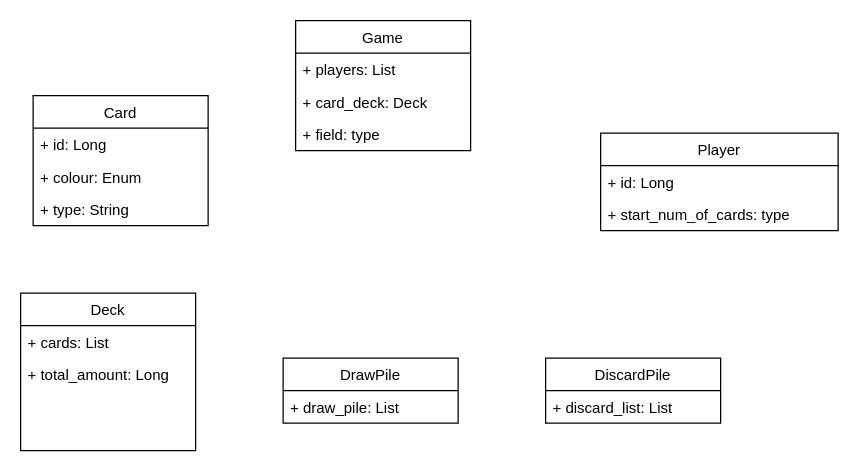
This is Untitled Diagram.drawio from RiFrost/mau-mau, a draw.io file, before an edit. Source tidied: cells renumbered, new cells numbered last; positions are measured from the earlier drawing's top-left corner, leaving out a move shared by most shapes. Both pictures are drawn from the tidied source at 125%, with x=0, y=0 at pixel (20, 20).
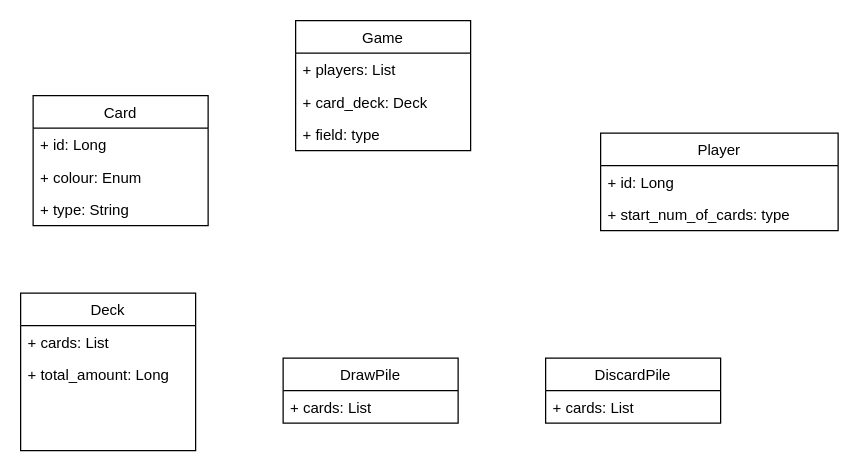
Above is the later version.

Diff of the diagram source:
```diff
@@
 <mxGraphModel>
   <root>
     <mxCell id="0" />
     <mxCell id="1" parent="0" />
     <mxCell id="2" value="Card" style="swimlane;fontStyle=0;horizontal=1;startSize=26;fillColor=none;" parent="1" vertex="1">
       <mxGeometry x="10" y="60" width="140" height="104" as="geometry" />
     </mxCell>
     <mxCell id="3" value="+ id: Long" style="text;strokeColor=none;fillColor=none;align=left;verticalAlign=top;spacingLeft=4;spacingRight=4;overflow=hidden;" parent="2" vertex="1">
       <mxGeometry y="26" width="140" height="26" as="geometry" />
     </mxCell>
     <mxCell id="4" value="+ colour: Enum" style="text;strokeColor=none;fillColor=none;align=left;verticalAlign=top;spacingLeft=4;spacingRight=4;overflow=hidden;" parent="2" vertex="1">
       <mxGeometry y="52" width="140" height="26" as="geometry" />
     </mxCell>
     <mxCell id="5" value="+ type: String" style="text;strokeColor=none;fillColor=none;align=left;verticalAlign=top;spacingLeft=4;spacingRight=4;overflow=hidden;" parent="2" vertex="1">
       <mxGeometry y="78" width="140" height="26" as="geometry" />
     </mxCell>
     <mxCell id="6" value="Player" style="swimlane;fontStyle=0;horizontal=1;startSize=26;fillColor=none;" parent="1" vertex="1">
       <mxGeometry x="464" y="90" width="190" height="78" as="geometry" />
     </mxCell>
     <mxCell id="7" value="+ id: Long" style="text;strokeColor=none;fillColor=none;align=left;verticalAlign=top;spacingLeft=4;spacingRight=4;overflow=hidden;" parent="6" vertex="1">
       <mxGeometry y="26" width="190" height="26" as="geometry" />
     </mxCell>
     <mxCell id="8" value="+ start_num_of_cards: type" style="text;strokeColor=none;fillColor=none;align=left;verticalAlign=top;spacingLeft=4;spacingRight=4;overflow=hidden;" parent="6" vertex="1">
       <mxGeometry y="52" width="190" height="26" as="geometry" />
     </mxCell>
     <mxCell id="9" value="Deck" style="swimlane;fontStyle=0;horizontal=1;startSize=26;fillColor=none;" parent="1" vertex="1">
       <mxGeometry y="218" width="140" height="126" as="geometry" />
     </mxCell>
     <mxCell id="10" value="+ cards: List" style="text;strokeColor=none;fillColor=none;align=left;verticalAlign=top;spacingLeft=4;spacingRight=4;overflow=hidden;" parent="9" vertex="1">
       <mxGeometry y="26" width="140" height="26" as="geometry" />
     </mxCell>
     <mxCell id="11" value="+ total_amount: Long" style="text;strokeColor=none;fillColor=none;align=left;verticalAlign=top;spacingLeft=4;spacingRight=4;overflow=hidden;" parent="9" vertex="1">
       <mxGeometry y="52" width="140" height="74" as="geometry" />
     </mxCell>
     <mxCell id="12" value="DrawPile" style="swimlane;fontStyle=0;horizontal=1;startSize=26;fillColor=none;" parent="1" vertex="1">
       <mxGeometry x="210" y="270" width="140" height="52" as="geometry" />
     </mxCell>
-    <mxCell id="13" value="+ draw_pile: List" style="text;strokeColor=none;fillColor=none;align=left;verticalAlign=top;spacingLeft=4;spacingRight=4;overflow=hidden;" parent="12" vertex="1">
+    <mxCell id="13" value="+ cards: List" style="text;strokeColor=none;fillColor=none;align=left;verticalAlign=top;spacingLeft=4;spacingRight=4;overflow=hidden;" parent="12" vertex="1">
       <mxGeometry y="26" width="140" height="26" as="geometry" />
     </mxCell>
     <mxCell id="14" value="DiscardPile" style="swimlane;fontStyle=0;horizontal=1;startSize=26;fillColor=none;" parent="1" vertex="1">
       <mxGeometry x="420" y="270" width="140" height="52" as="geometry" />
     </mxCell>
-    <mxCell id="15" value="+ discard_list: List" style="text;strokeColor=none;fillColor=none;align=left;verticalAlign=top;spacingLeft=4;spacingRight=4;overflow=hidden;" parent="14" vertex="1">
+    <mxCell id="15" value="+ cards: List" style="text;strokeColor=none;fillColor=none;align=left;verticalAlign=top;spacingLeft=4;spacingRight=4;overflow=hidden;" parent="14" vertex="1">
       <mxGeometry y="26" width="140" height="26" as="geometry" />
     </mxCell>
     <mxCell id="16" value="Game" style="swimlane;fontStyle=0;horizontal=1;startSize=26;fillColor=none;" parent="1" vertex="1">
       <mxGeometry x="220" width="140" height="104" as="geometry" />
     </mxCell>
     <mxCell id="17" value="+ players: List" style="text;strokeColor=none;fillColor=none;align=left;verticalAlign=top;spacingLeft=4;spacingRight=4;overflow=hidden;" parent="16" vertex="1">
       <mxGeometry y="26" width="140" height="26" as="geometry" />
     </mxCell>
     <mxCell id="18" value="+ card_deck: Deck" style="text;strokeColor=none;fillColor=none;align=left;verticalAlign=top;spacingLeft=4;spacingRight=4;overflow=hidden;" parent="16" vertex="1">
       <mxGeometry y="52" width="140" height="26" as="geometry" />
     </mxCell>
     <mxCell id="19" value="+ field: type" style="text;strokeColor=none;fillColor=none;align=left;verticalAlign=top;spacingLeft=4;spacingRight=4;overflow=hidden;" parent="16" vertex="1">
       <mxGeometry y="78" width="140" height="26" as="geometry" />
     </mxCell>
   </root>
 </mxGraphModel>
```
